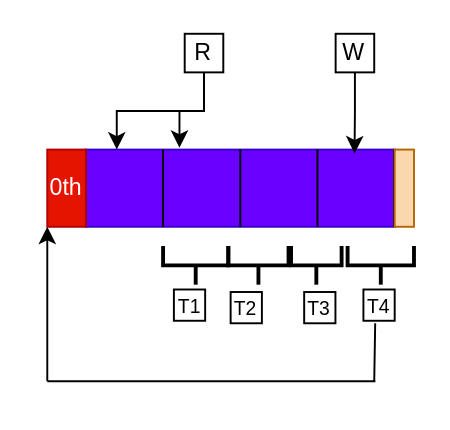
The draw.io diagram Form Workshop/images/sb5.drawio in AnaIPereira/Presentations, before the edit. Source tidied: cells renumbered, new cells numbered last; positions are measured from the earlier drawing's top-left corner, leaving out a move shared by most shapes. Both pictures are drawn from the tidied source at 193%, with x=0, y=0 at pixel (46, 33).
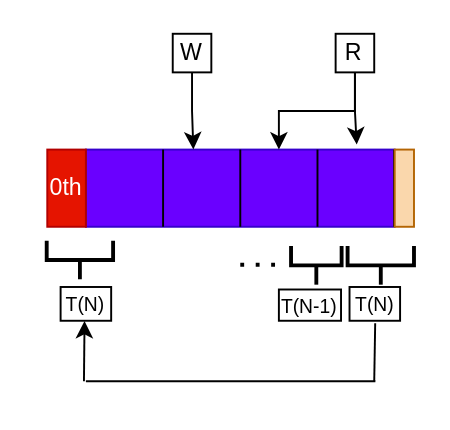
After the change.

The change refers to these unchanged cells:
```xml
<mxCell id="2" style="rounded=0;whiteSpace=wrap;html=1;fillColor=light-dark(#6A00FF,#7F00FF);strokeColor=#3700CC;fontColor=#ffffff;" parent="1" vertex="1">
  <mxGeometry x="20" y="60" width="160" height="40" as="geometry" />
</mxCell>
```

Diff of the diagram source:
```diff
@@
     <mxCell id="8" value="W" style="rounded=0;whiteSpace=wrap;html=1;" parent="1" vertex="1">
-      <mxGeometry x="149.4" width="20" height="20" as="geometry" />
+      <mxGeometry x="65" width="20" height="20" as="geometry" />
     </mxCell>
     <mxCell id="9" value="R" style="rounded=0;whiteSpace=wrap;html=1;" parent="1" vertex="1">
-      <mxGeometry x="71.2" width="20" height="20" as="geometry" />
+      <mxGeometry x="149.4" width="20" height="20" as="geometry" />
     </mxCell>
-    <mxCell id="10" style="strokeWidth=2;html=1;shape=mxgraph.flowchart.annotation_2;align=left;labelPosition=right;rotation=-90;" parent="1" vertex="1">
-      <mxGeometry x="66.9" y="103.1" width="20" height="33.8" as="geometry" />
-    </mxCell>
-    <mxCell id="11" style="strokeWidth=2;html=1;shape=mxgraph.flowchart.annotation_2;align=left;labelPosition=right;rotation=-90;" parent="1" vertex="1">
-      <mxGeometry x="99.4" y="104.4" width="20" height="31.2" as="geometry" />
-    </mxCell>
@@
     <mxCell id="15" style="endArrow=none;html=1;rounded=0;" parent="1" edge="1">
       <mxGeometry relative="1" as="geometry">
-        <mxPoint y="180" as="sourcePoint" />
+        <mxPoint x="20" y="180" as="sourcePoint" />
         <mxPoint x="170" y="180" as="targetPoint" />
       </mxGeometry>
     </mxCell>
@@
-    <mxCell id="17" value="&lt;font style=&quot;font-size: 10px;&quot;&gt;T1&lt;/font&gt;" style="rounded=0;whiteSpace=wrap;html=1;" parent="1" vertex="1">
-      <mxGeometry x="65.6" y="132.5" width="16.2" height="16.2" as="geometry" />
-    </mxCell>
-    <mxCell id="18" value="&lt;font style=&quot;font-size: 10px;&quot;&gt;T4&lt;/font&gt;" style="rounded=0;whiteSpace=wrap;html=1;" parent="1" vertex="1">
-      <mxGeometry x="163.8" y="132.5" width="16.2" height="16.2" as="geometry" />
+    <mxCell id="18" value="&lt;font style=&quot;font-size: 10px;&quot;&gt;T(N)&lt;/font&gt;" style="rounded=0;whiteSpace=wrap;html=1;" parent="1" vertex="1">
+      <mxGeometry x="156.6" y="131.2" width="26.2" height="17.5" as="geometry" />
     </mxCell>
-    <mxCell id="19" value="&lt;font style=&quot;font-size: 10px;&quot;&gt;T3&lt;/font&gt;" style="rounded=0;whiteSpace=wrap;html=1;" parent="1" vertex="1">
-      <mxGeometry x="133.1" y="133.8" width="16.2" height="16.2" as="geometry" />
+    <mxCell id="19" value="&lt;font style=&quot;font-size: 10px;&quot;&gt;&lt;font style=&quot;&quot;&gt;T(N-1&lt;/font&gt;)&lt;/font&gt;" style="rounded=0;whiteSpace=wrap;html=1;" parent="1" vertex="1">
+      <mxGeometry x="120" y="132.5" width="32.2" height="16.2" as="geometry" />
     </mxCell>
-    <mxCell id="20" value="&lt;font style=&quot;font-size: 10px;&quot;&gt;T2&lt;/font&gt;" style="rounded=0;whiteSpace=wrap;html=1;" parent="1" vertex="1">
-      <mxGeometry x="95" y="133.8" width="16.2" height="16.2" as="geometry" />
-    </mxCell>
-    <mxCell id="21" style="endArrow=classic;html=1;rounded=0;" parent="1" edge="1">
-      <mxGeometry relative="1" as="geometry">
-        <mxPoint y="180" as="sourcePoint" />
-        <mxPoint y="100" as="targetPoint" />
-      </mxGeometry>
-    </mxCell>
-    <mxCell id="22" style="edgeStyle=orthogonalEdgeStyle;rounded=0;jettySize=auto;html=1;entryX=0.1;entryY=0;entryDx=0;entryDy=0;entryPerimeter=0;" parent="1" edge="1" source="9" target="2">
-      <mxGeometry relative="1" as="geometry" />
-    </mxCell>
-    <mxCell id="23" style="edgeStyle=orthogonalEdgeStyle;rounded=0;jettySize=auto;html=1;entryX=0.303;entryY=-0.024;entryDx=0;entryDy=0;entryPerimeter=0;" parent="1" edge="1" source="9" target="2">
-      <mxGeometry relative="1" as="geometry" />
-    </mxCell>
+    <mxCell id="25" style="edgeStyle=orthogonalEdgeStyle;rounded=0;jettySize=auto;html=1;entryX=0.877;entryY=-0.065;entryDx=0;entryDy=0;entryPerimeter=0;" parent="1" edge="1" source="9" target="2">
+      <mxGeometry relative="1" as="geometry" />
+    </mxCell>
+    <mxCell id="26" style="edgeStyle=orthogonalEdgeStyle;rounded=0;jettySize=auto;html=1;entryX=0.625;entryY=0;entryDx=0;entryDy=0;entryPerimeter=0;" parent="1" edge="1" source="9" target="2">
+      <mxGeometry relative="1" as="geometry" />
+    </mxCell>
-    <mxCell id="24" style="edgeStyle=orthogonalEdgeStyle;rounded=0;jettySize=auto;html=1;entryX=0.87;entryY=0.05;entryDx=0;entryDy=0;entryPerimeter=0;" parent="1" edge="1" source="8" target="2">
+    <mxCell id="24" style="edgeStyle=orthogonalEdgeStyle;rounded=0;jettySize=auto;html=1;entryX=0.348;entryY=-0.002;entryDx=0;entryDy=0;entryPerimeter=0;" parent="1" edge="1" source="8" target="2">
       <mxGeometry relative="1" as="geometry" />
     </mxCell>
+    <mxCell id="27" style="endArrow=none;dashed=1;html=1;dashPattern=1 3;strokeWidth=2;rounded=0;" parent="1" edge="1">
+      <mxGeometry relative="1" as="geometry">
+        <mxPoint x="100" y="119.7" as="sourcePoint" />
+        <mxPoint x="120" y="119.7" as="targetPoint" />
+      </mxGeometry>
+    </mxCell>
+    <mxCell id="28" style="strokeWidth=2;html=1;shape=mxgraph.flowchart.annotation_2;align=left;labelPosition=right;rotation=-90;" parent="1" vertex="1">
+      <mxGeometry x="6.9" y="100" width="20" height="34.4" as="geometry" />
+    </mxCell>
+    <mxCell id="29" value="&lt;font style=&quot;font-size: 10px;&quot;&gt;T(N)&lt;/font&gt;" style="rounded=0;whiteSpace=wrap;html=1;" parent="1" vertex="1">
+      <mxGeometry x="6.9" y="131.2" width="26.2" height="17.5" as="geometry" />
+    </mxCell>
+    <mxCell id="30" style="endArrow=classic;html=1;rounded=0;" parent="1" edge="1">
+      <mxGeometry relative="1" as="geometry">
+        <mxPoint x="19" y="180" as="sourcePoint" />
+        <mxPoint x="19.3" y="148.8" as="targetPoint" />
+      </mxGeometry>
+    </mxCell>
```
